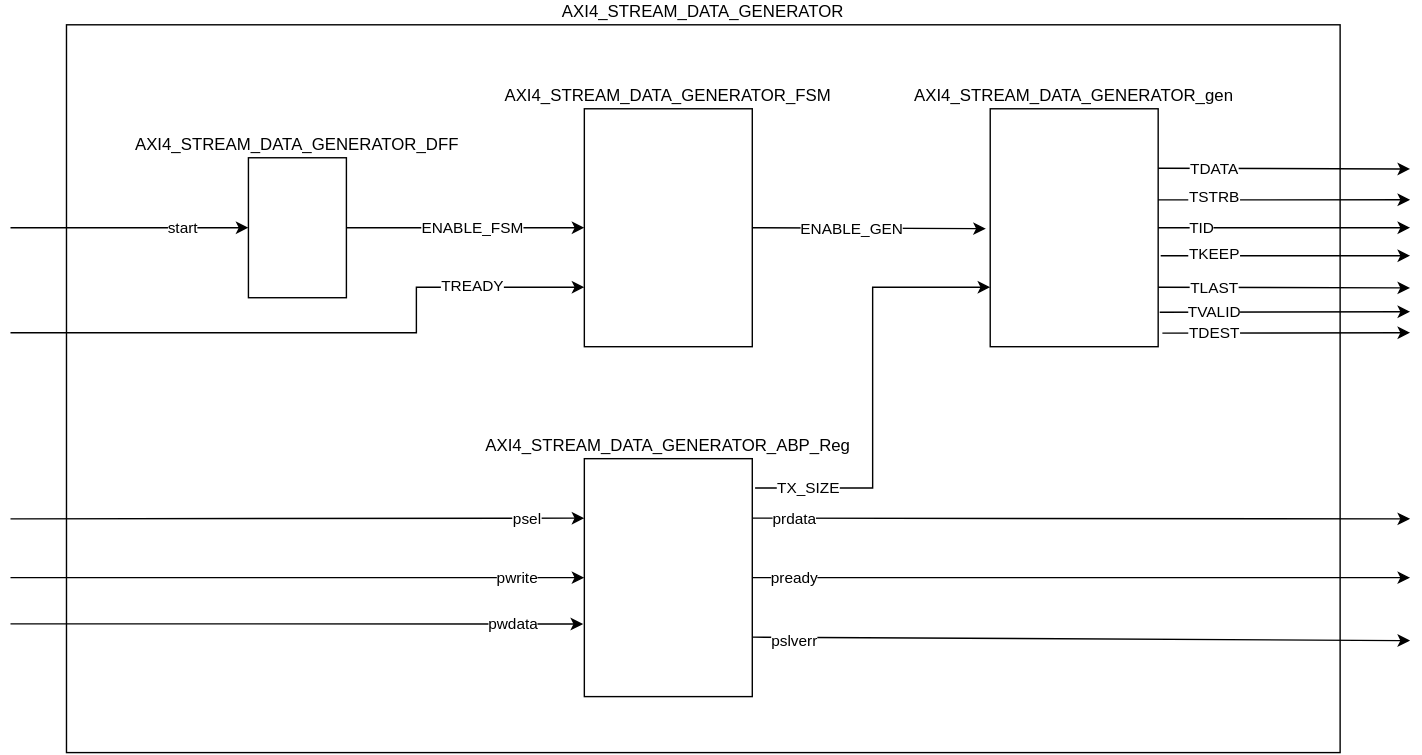
The draw.io diagram applications-and-demos/images/mpfs-axi4-stream-demo/mpfs-axi4-stream-demo-block-diagram.svg in polarfire-soc/polarfire-soc-documentation, before a commit. Source tidied: cells renumbered, new cells last; positions are measured from the earlier drawing's top-left corner, leaving out a move shared by most shapes.
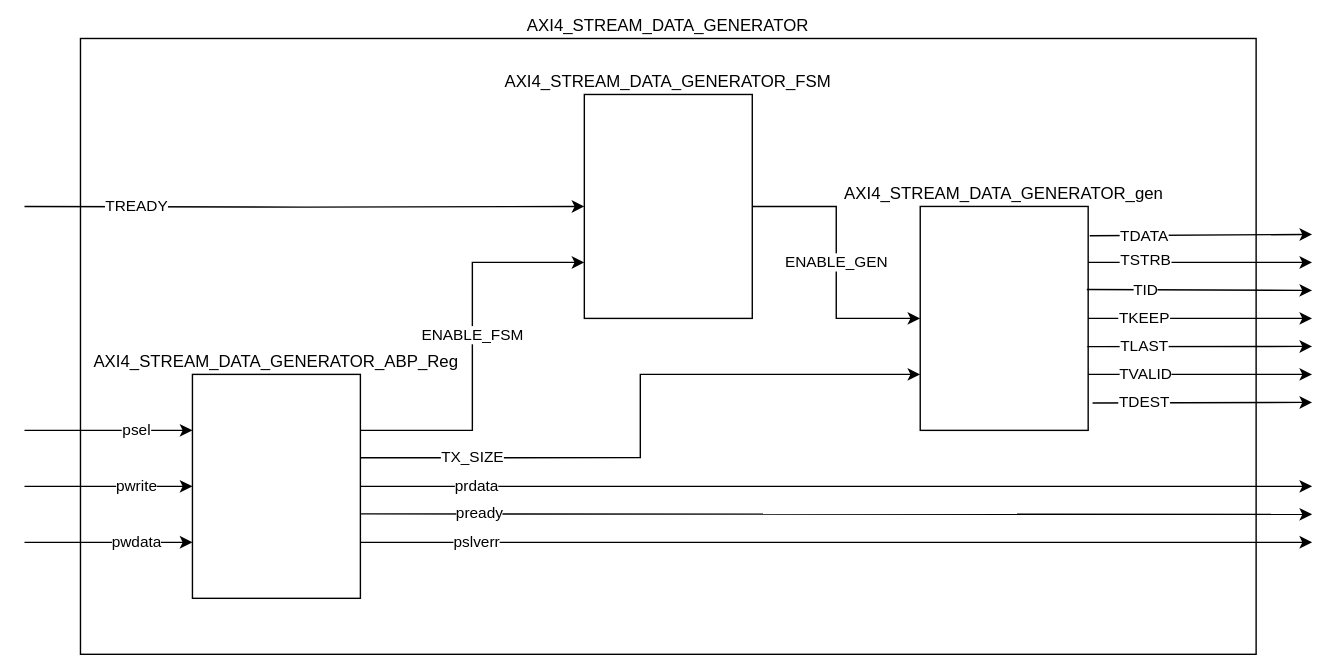
The same file after the commit.

Commit message:
AXI4 Stream Demo: doc update for hardware change

Updated the AXI4 Stream Demo document to account for changed to AXI
stream demo project
- datawidth change to 64'b from 32'b
- fixing incorrect implementation of AXI4 Stream protocol in the
  generator module

The edit, as a diff of the source:
```diff
@@ -3,154 +3,138 @@
     <mxCell id="0" />
     <mxCell id="1" parent="0" />
     <mxCell id="2" value="AXI4_STREAM_DATA_GENERATOR" style="rounded=0;whiteSpace=wrap;html=1;verticalAlign=bottom;labelPosition=center;verticalLabelPosition=top;align=center;" parent="1" vertex="1">
-      <mxGeometry x="40" width="910" height="520" as="geometry" />
+      <mxGeometry x="80" y="40" width="840" height="440" as="geometry" />
     </mxCell>
+    <mxCell id="7" value="ENABLE_GEN" style="edgeStyle=orthogonalEdgeStyle;rounded=0;jettySize=auto;html=1;exitX=1;exitY=0.5;exitDx=0;exitDy=0;" parent="1" edge="1" source="3" target="8">
+      <mxGeometry relative="1" as="geometry" />
+    </mxCell>
     <mxCell id="3" value="AXI4_STREAM_DATA_GENERATOR_FSM" style="rounded=0;whiteSpace=wrap;html=1;verticalAlign=bottom;labelPosition=center;verticalLabelPosition=top;align=center;" parent="1" vertex="1">
-      <mxGeometry x="410" y="60" width="120" height="170" as="geometry" />
+      <mxGeometry x="440" y="80" width="120" height="160" as="geometry" />
     </mxCell>
-    <mxCell id="4" value="ENABLE_FSM" style="endArrow=classic;html=1;rounded=0;entryX=0;entryY=0.5;entryDx=0;entryDy=0;exitX=1;exitY=0.5;exitDx=0;exitDy=0;" parent="1" edge="1" source="31" target="3">
-      <mxGeometry x="0.06" relative="1" as="geometry" />
+    <mxCell id="4" value="ENABLE_FSM" style="endArrow=classic;html=1;rounded=0;entryX=0;entryY=0.75;entryDx=0;entryDy=0;exitX=1;exitY=0.25;exitDx=0;exitDy=0;edgeStyle=elbowEdgeStyle;" parent="1" edge="1" source="23" target="3">
+      <mxGeometry x="0.06" relative="1" as="geometry">
+        <Array as="points">
+          <mxPoint x="360" y="260" />
+          <mxPoint x="370" y="230" />
+        </Array>
+      </mxGeometry>
     </mxCell>
-    <mxCell id="5" value="TREADY" style="endArrow=classic;html=1;rounded=0;entryX=0;entryY=0.75;entryDx=0;entryDy=0;edgeStyle=orthogonalEdgeStyle;" parent="1" edge="1" target="3">
-      <mxGeometry x="0.64" relative="1" as="geometry">
-        <mxPoint y="220" as="sourcePoint" />
-        <Array as="points">
-          <mxPoint x="290" y="220" />
-          <mxPoint x="290" y="187" />
-        </Array>
+    <mxCell id="5" value="TREADY" style="endArrow=classic;html=1;rounded=0;edgeStyle=orthogonalEdgeStyle;entryX=0;entryY=0.5;entryDx=0;entryDy=0;" parent="1" edge="1" target="3">
+      <mxGeometry x="-0.6" relative="1" as="geometry">
+        <mxPoint x="40" y="160" as="sourcePoint" />
       </mxGeometry>
     </mxCell>
-    <mxCell id="6" style="endArrow=classic;html=1;rounded=0;exitX=1;exitY=0.5;exitDx=0;exitDy=0;entryX=-0.026;entryY=0.504;entryDx=0;entryDy=0;entryPerimeter=0;" parent="1" edge="1" source="3" target="8">
-      <mxGeometry relative="1" as="geometry" />
-    </mxCell>
-    <mxCell id="7" value="ENABLE_GEN" style="edgeLabel;html=1;align=center;verticalAlign=middle;" parent="6" vertex="1">
-      <mxGeometry x="0.15" y="-1" relative="1" as="geometry">
-        <mxPoint x="-25" y="-1" as="offset" />
-      </mxGeometry>
-    </mxCell>
     <mxCell id="8" value="AXI4_STREAM_DATA_GENERATOR_gen" style="rounded=0;whiteSpace=wrap;html=1;verticalAlign=bottom;labelPosition=center;verticalLabelPosition=top;align=center;" parent="1" vertex="1">
-      <mxGeometry x="700" y="60" width="120" height="170" as="geometry" />
+      <mxGeometry x="680" y="160" width="120" height="160" as="geometry" />
     </mxCell>
-    <mxCell id="9" style="endArrow=classic;html=1;rounded=0;exitX=0.999;exitY=0.383;exitDx=0;exitDy=0;exitPerimeter=0;" parent="1" edge="1" source="8">
+    <mxCell id="9" style="endArrow=classic;html=1;rounded=0;exitX=1;exitY=0.25;exitDx=0;exitDy=0;" parent="1" edge="1" source="8">
       <mxGeometry relative="1" as="geometry">
-        <mxPoint x="1000" y="125" as="targetPoint" />
+        <mxPoint x="960" y="200" as="targetPoint" />
       </mxGeometry>
     </mxCell>
     <mxCell id="10" value="TSTRB" style="edgeLabel;html=1;align=center;verticalAlign=middle;" parent="9" vertex="1">
       <mxGeometry x="-0.38" y="2" relative="1" as="geometry">
-        <mxPoint x="-15" as="offset" />
+        <mxPoint x="-9" as="offset" />
       </mxGeometry>
     </mxCell>
-    <mxCell id="11" style="endArrow=classic;html=1;rounded=0;exitX=1;exitY=0.5;exitDx=0;exitDy=0;" parent="1" edge="1" source="8">
+    <mxCell id="11" style="endArrow=classic;html=1;rounded=0;exitX=0.992;exitY=0.371;exitDx=0;exitDy=0;exitPerimeter=0;" parent="1" edge="1" source="8">
       <mxGeometry relative="1" as="geometry">
-        <mxPoint x="1000" y="145" as="targetPoint" />
+        <mxPoint x="960" y="220" as="targetPoint" />
       </mxGeometry>
     </mxCell>
     <mxCell id="12" value="TID" style="edgeLabel;html=1;align=center;verticalAlign=middle;" parent="11" vertex="1">
       <mxGeometry x="-0.3" y="-2" relative="1" as="geometry">
-        <mxPoint x="-33" y="-2" as="offset" />
+        <mxPoint x="-15" y="-2" as="offset" />
       </mxGeometry>
     </mxCell>
-    <mxCell id="13" style="endArrow=classic;html=1;rounded=0;exitX=1;exitY=0.25;exitDx=0;exitDy=0;" parent="1" edge="1" source="8">
+    <mxCell id="13" style="endArrow=classic;html=1;rounded=0;exitX=1.009;exitY=0.131;exitDx=0;exitDy=0;exitPerimeter=0;" parent="1" edge="1" source="8">
       <mxGeometry relative="1" as="geometry">
-        <mxPoint x="1000" y="103" as="targetPoint" />
+        <mxPoint x="960" y="180" as="targetPoint" />
       </mxGeometry>
     </mxCell>
     <mxCell id="14" value="TDATA" style="edgeLabel;html=1;align=center;verticalAlign=middle;" parent="13" vertex="1">
       <mxGeometry x="-0.15" relative="1" as="geometry">
-        <mxPoint x="-36" as="offset" />
+        <mxPoint x="-28" as="offset" />
       </mxGeometry>
     </mxCell>
-    <mxCell id="15" style="endArrow=classic;html=1;rounded=0;exitX=1.015;exitY=0.618;exitDx=0;exitDy=0;exitPerimeter=0;" parent="1" edge="1" source="8">
+    <mxCell id="15" style="endArrow=classic;html=1;rounded=0;exitX=1;exitY=0.5;exitDx=0;exitDy=0;" parent="1" edge="1" source="8">
       <mxGeometry relative="1" as="geometry">
-        <mxPoint x="1000" y="165" as="targetPoint" />
+        <mxPoint x="960" y="240" as="targetPoint" />
       </mxGeometry>
     </mxCell>
     <mxCell id="16" value="TKEEP" style="edgeLabel;html=1;align=center;verticalAlign=middle;" parent="15" vertex="1">
       <mxGeometry x="0.34" y="1" relative="1" as="geometry">
-        <mxPoint x="-82" as="offset" />
+        <mxPoint x="-68" y="1" as="offset" />
       </mxGeometry>
     </mxCell>
-    <mxCell id="17" value="TLAST" style="endArrow=classic;html=1;rounded=0;exitX=1;exitY=0.75;exitDx=0;exitDy=0;" parent="1" edge="1" source="8">
-      <mxGeometry x="-0.56" relative="1" as="geometry">
-        <mxPoint x="1000" y="188" as="targetPoint" />
+    <mxCell id="17" value="TLAST" style="endArrow=classic;html=1;rounded=0;exitX=0.995;exitY=0.626;exitDx=0;exitDy=0;exitPerimeter=0;" parent="1" edge="1" source="8">
+      <mxGeometry x="-0.49" relative="1" as="geometry">
+        <mxPoint x="960" y="260" as="targetPoint" />
       </mxGeometry>
     </mxCell>
-    <mxCell id="18" style="endArrow=classic;html=1;rounded=0;exitX=1.009;exitY=0.855;exitDx=0;exitDy=0;exitPerimeter=0;" parent="1" edge="1" source="8">
+    <mxCell id="18" style="endArrow=classic;html=1;rounded=0;exitX=1;exitY=0.75;exitDx=0;exitDy=0;" parent="1" edge="1" source="8">
       <mxGeometry relative="1" as="geometry">
-        <mxPoint x="1000" y="205" as="targetPoint" />
+        <mxPoint x="960" y="280" as="targetPoint" />
       </mxGeometry>
     </mxCell>
     <mxCell id="19" value="TVALID" style="edgeLabel;html=1;align=center;verticalAlign=middle;" parent="18" vertex="1">
       <mxGeometry x="0.38" relative="1" as="geometry">
-        <mxPoint x="-85" as="offset" />
+        <mxPoint x="-70" as="offset" />
       </mxGeometry>
     </mxCell>
-    <mxCell id="20" value="TDEST&lt;span style=&quot;color: rgba(0 , 0 , 0 , 0) ; font-family: monospace ; font-size: 0px ; background-color: rgb(248 , 249 , 250)&quot;&gt;%3CmxGraphModel%3E%3Croot%3E%3CmxCell%20id%3D%220%22%2F%3E%3CmxCell%20id%3D%221%22%20parent%3D%220%22%2F%3E%3CmxCell%20id%3D%222%22%20value%3D%22%22%20style%3D%22endArrow%3Dclassic%3Bhtml%3D1%3Brounded%3D0%3BexitX%3D1%3BexitY%3D0.75%3BexitDx%3D0%3BexitDy%3D0%3B%22%20edge%3D%221%22%20parent%3D%221%22%3E%3CmxGeometry%20width%3D%2250%22%20height%3D%2250%22%20relative%3D%221%22%20as%3D%22geometry%22%3E%3CmxPoint%20x%3D%22880%22%20y%3D%22337.5%22%20as%3D%22sourcePoint%22%2F%3E%3CmxPoint%20x%3D%22960%22%20y%3D%22338%22%20as%3D%22targetPoint%22%2F%3E%3C%2FmxGeometry%3E%3C%2FmxCell%3E%3C%2Froot%3E%3C%2FmxGraphModel%3E&lt;/span&gt;" style="endArrow=classic;html=1;rounded=0;exitX=1.025;exitY=0.943;exitDx=0;exitDy=0;exitPerimeter=0;" parent="1" edge="1" source="8">
-      <mxGeometry x="-0.58" relative="1" as="geometry">
-        <mxPoint x="1000" y="220" as="targetPoint" />
+    <mxCell id="20" value="TDEST&lt;span style=&quot;color: rgba(0 , 0 , 0 , 0) ; font-family: monospace ; font-size: 0px ; background-color: rgb(248 , 249 , 250)&quot;&gt;%3CmxGraphModel%3E%3Croot%3E%3CmxCell%20id%3D%220%22%2F%3E%3CmxCell%20id%3D%221%22%20parent%3D%220%22%2F%3E%3CmxCell%20id%3D%222%22%20value%3D%22%22%20style%3D%22endArrow%3Dclassic%3Bhtml%3D1%3Brounded%3D0%3BexitX%3D1%3BexitY%3D0.75%3BexitDx%3D0%3BexitDy%3D0%3B%22%20edge%3D%221%22%20parent%3D%221%22%3E%3CmxGeometry%20width%3D%2250%22%20height%3D%2250%22%20relative%3D%221%22%20as%3D%22geometry%22%3E%3CmxPoint%20x%3D%22880%22%20y%3D%22337.5%22%20as%3D%22sourcePoint%22%2F%3E%3CmxPoint%20x%3D%22960%22%20y%3D%22338%22%20as%3D%22targetPoint%22%2F%3E%3C%2FmxGeometry%3E%3C%2FmxCell%3E%3C%2Froot%3E%3C%2FmxGraphModel%3E&lt;/span&gt;" style="endArrow=classic;html=1;rounded=0;exitX=1.026;exitY=0.878;exitDx=0;exitDy=0;exitPerimeter=0;" parent="1" edge="1" source="8">
+      <mxGeometry x="-0.53" relative="1" as="geometry">
+        <mxPoint x="960" y="300" as="targetPoint" />
       </mxGeometry>
     </mxCell>
-    <mxCell id="21" style="endArrow=classic;html=1;rounded=0;entryX=0;entryY=0.75;entryDx=0;entryDy=0;edgeStyle=orthogonalEdgeStyle;" parent="1" edge="1" target="8">
-      <mxGeometry relative="1" as="geometry">
-        <mxPoint x="532" y="331" as="sourcePoint" />
-      </mxGeometry>
+    <mxCell id="21" style="endArrow=classic;html=1;rounded=0;edgeStyle=orthogonalEdgeStyle;entryX=0;entryY=0.75;entryDx=0;entryDy=0;exitX=1.002;exitY=0.372;exitDx=0;exitDy=0;exitPerimeter=0;" parent="1" edge="1" source="23" target="8">
+      <mxGeometry relative="1" as="geometry" />
     </mxCell>
     <mxCell id="22" value="TX_SIZE" style="edgeLabel;html=1;align=center;verticalAlign=middle;" parent="21" vertex="1">
       <mxGeometry x="-0.5" relative="1" as="geometry">
-        <mxPoint x="-40" as="offset" />
+        <mxPoint x="-35" y="-1" as="offset" />
       </mxGeometry>
     </mxCell>
     <mxCell id="23" value="AXI4_STREAM_DATA_GENERATOR_ABP_Reg" style="rounded=0;whiteSpace=wrap;html=1;verticalAlign=bottom;labelPosition=center;verticalLabelPosition=top;align=center;" parent="1" vertex="1">
-      <mxGeometry x="410" y="310" width="120" height="170" as="geometry" />
+      <mxGeometry x="160" y="280" width="120" height="160" as="geometry" />
     </mxCell>
     <mxCell id="24" value="psel" style="endArrow=classic;html=1;rounded=0;entryX=0;entryY=0.25;entryDx=0;entryDy=0;" parent="1" edge="1" target="23">
-      <mxGeometry x="0.8" relative="1" as="geometry">
-        <mxPoint y="353" as="sourcePoint" />
+      <mxGeometry x="0.33" relative="1" as="geometry">
+        <mxPoint x="40" y="320" as="sourcePoint" />
+        <Array as="points">
+          <mxPoint x="120" y="320" />
+        </Array>
       </mxGeometry>
     </mxCell>
     <mxCell id="25" style="endArrow=classic;html=1;rounded=0;entryX=0;entryY=0.5;entryDx=0;entryDy=0;" parent="1" edge="1" target="23">
       <mxGeometry relative="1" as="geometry">
-        <mxPoint y="395" as="sourcePoint" />
+        <mxPoint x="40" y="360" as="sourcePoint" />
       </mxGeometry>
     </mxCell>
     <mxCell id="26" value="pwrite" style="edgeLabel;html=1;align=center;verticalAlign=middle;" parent="25" vertex="1">
       <mxGeometry x="-0.5" relative="1" as="geometry">
-        <mxPoint x="259" as="offset" />
+        <mxPoint x="50" as="offset" />
       </mxGeometry>
     </mxCell>
-    <mxCell id="27" value="pwdata" style="endArrow=classic;html=1;rounded=0;entryX=-0.007;entryY=0.695;entryDx=0;entryDy=0;entryPerimeter=0;" parent="1" edge="1" target="23">
-      <mxGeometry x="0.75" relative="1" as="geometry">
-        <mxPoint y="428" as="sourcePoint" />
+    <mxCell id="27" value="pwdata" style="endArrow=classic;html=1;rounded=0;entryX=0;entryY=0.75;entryDx=0;entryDy=0;" parent="1" edge="1" target="23">
+      <mxGeometry x="0.34" relative="1" as="geometry">
+        <mxPoint x="40" y="400" as="sourcePoint" />
       </mxGeometry>
     </mxCell>
     <mxCell id="28" value="pslverr" style="endArrow=classic;html=1;rounded=0;exitX=1;exitY=0.75;exitDx=0;exitDy=0;" parent="1" edge="1" source="23">
-      <mxGeometry x="-0.87" y="-2" relative="1" as="geometry">
-        <mxPoint x="1000" y="440" as="targetPoint" />
+      <mxGeometry x="-0.76" relative="1" as="geometry">
+        <mxPoint x="960" y="400" as="targetPoint" />
       </mxGeometry>
     </mxCell>
-    <mxCell id="29" value="pready" style="endArrow=classic;html=1;rounded=0;exitX=1;exitY=0.5;exitDx=0;exitDy=0;" parent="1" edge="1" source="23">
-      <mxGeometry x="-0.87" relative="1" as="geometry">
-        <mxPoint x="1000" y="395" as="targetPoint" />
+    <mxCell id="29" value="pready" style="endArrow=classic;html=1;rounded=0;exitX=1.004;exitY=0.623;exitDx=0;exitDy=0;exitPerimeter=0;" parent="1" edge="1" source="23">
+      <mxGeometry x="-0.75" y="1" relative="1" as="geometry">
+        <mxPoint x="960" y="380" as="targetPoint" />
       </mxGeometry>
     </mxCell>
-    <mxCell id="30" value="prdata" style="endArrow=classic;html=1;rounded=0;exitX=1;exitY=0.25;exitDx=0;exitDy=0;" parent="1" edge="1" source="23">
-      <mxGeometry x="-0.87" relative="1" as="geometry">
-        <mxPoint x="1000" y="353" as="targetPoint" />
+    <mxCell id="30" value="prdata" style="endArrow=classic;html=1;rounded=0;exitX=1;exitY=0.5;exitDx=0;exitDy=0;" parent="1" edge="1" source="23">
+      <mxGeometry x="-0.76" relative="1" as="geometry">
+        <mxPoint x="960" y="360" as="targetPoint" />
       </mxGeometry>
     </mxCell>
-    <mxCell id="31" value="AXI4_STREAM_DATA_GENERATOR_DFF" style="rounded=0;whiteSpace=wrap;html=1;verticalAlign=bottom;labelPosition=center;verticalLabelPosition=top;align=center;" parent="1" vertex="1">
-      <mxGeometry x="170" y="95" width="70" height="100" as="geometry" />
-    </mxCell>
-    <mxCell id="32" style="endArrow=classic;html=1;rounded=0;entryX=0;entryY=0.5;entryDx=0;entryDy=0;" parent="1" edge="1" target="31">
-      <mxGeometry relative="1" as="geometry">
-        <mxPoint y="145" as="sourcePoint" />
-      </mxGeometry>
-    </mxCell>
-    <mxCell id="33" value="start" style="edgeLabel;html=1;align=center;verticalAlign=middle;" parent="32" vertex="1">
-      <mxGeometry x="-0.55" y="-2" relative="1" as="geometry">
-        <mxPoint x="85" y="-2" as="offset" />
-      </mxGeometry>
-    </mxCell>
   </root>
 </mxGraphModel>
```
